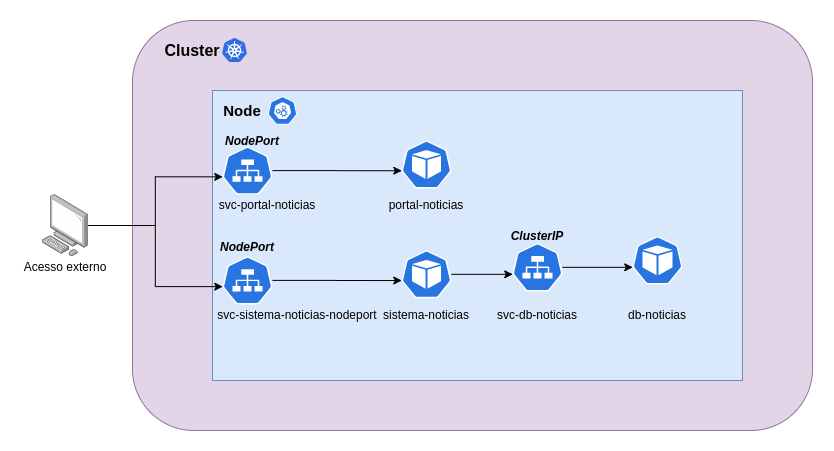
This is News_project_architecture.png from jonathanmdr/kubernetes, a draw.io export, as it was before one commit. Source tidied: cells renumbered, new cells last; positions are measured from the earlier drawing's top-left corner, leaving out a move shared by most shapes.
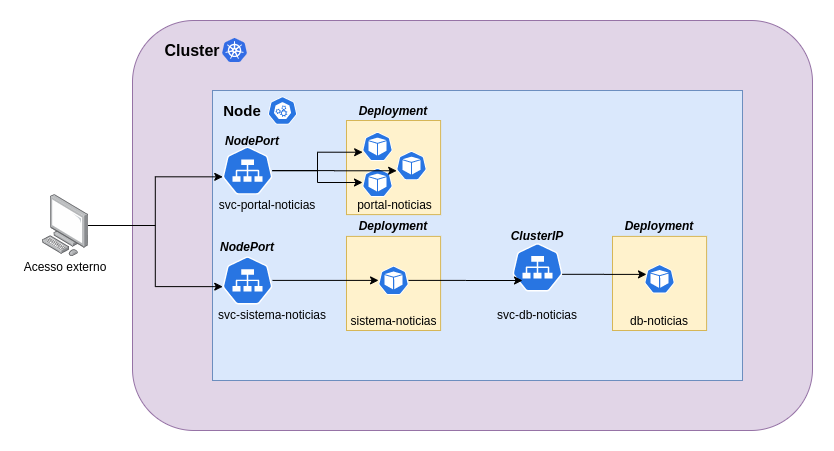
After the commit.

Commit message:
Atualizando a imagem da arquitetura

Change to the diagram source:
```diff
@@ -23,23 +23,17 @@
     <mxCell id="8" style="html=1;dashed=0;whitespace=wrap;fillColor=#2875E2;strokeColor=#ffffff;shape=mxgraph.kubernetes.icon;prIcon=master;" parent="1" vertex="1">
       <mxGeometry x="242" y="76" width="40" height="28" as="geometry" />
     </mxCell>
-    <mxCell id="9" style="edgeStyle=orthogonalEdgeStyle;rounded=0;jettySize=auto;html=1;entryX=0.005;entryY=0.63;entryDx=0;entryDy=0;entryPerimeter=0;" parent="1" edge="1" source="10" target="20">
-      <mxGeometry relative="1" as="geometry" />
-    </mxCell>
     <mxCell id="10" style="html=1;dashed=0;whitespace=wrap;fillColor=#2875E2;strokeColor=#ffffff;points=[[0.005,0.63,0],[0.1,0.2,0],[0.9,0.2,0],[0.5,0,0],[0.995,0.63,0],[0.72,0.99,0],[0.5,1,0],[0.28,0.99,0]];shape=mxgraph.kubernetes.icon;prIcon=svc;" parent="1" vertex="1">
       <mxGeometry x="202" y="126.1" width="50" height="48" as="geometry" />
     </mxCell>
     <mxCell id="11" value="svc-portal-noticias" style="text;html=1;strokeColor=none;fillColor=none;align=center;verticalAlign=middle;whiteSpace=wrap;rounded=0;" parent="1" vertex="1">
       <mxGeometry x="192" y="174.1" width="110" height="20" as="geometry" />
     </mxCell>
-    <mxCell id="12" style="edgeStyle=orthogonalEdgeStyle;rounded=0;jettySize=auto;html=1;entryX=0.005;entryY=0.63;entryDx=0;entryDy=0;entryPerimeter=0;" parent="1" edge="1" source="13" target="23">
-      <mxGeometry relative="1" as="geometry" />
-    </mxCell>
     <mxCell id="13" style="html=1;dashed=0;whitespace=wrap;fillColor=#2875E2;strokeColor=#ffffff;points=[[0.005,0.63,0],[0.1,0.2,0],[0.9,0.2,0],[0.5,0,0],[0.995,0.63,0],[0.72,0.99,0],[0.5,1,0],[0.28,0.99,0]];shape=mxgraph.kubernetes.icon;prIcon=svc;" parent="1" vertex="1">
       <mxGeometry x="202" y="235.9" width="50" height="48" as="geometry" />
     </mxCell>
-    <mxCell id="14" value="svc-sistema-noticias-nodeport" style="text;html=1;strokeColor=none;fillColor=none;align=center;verticalAlign=middle;whiteSpace=wrap;rounded=0;" parent="1" vertex="1">
-      <mxGeometry x="192" y="283.9" width="170" height="20" as="geometry" />
+    <mxCell id="14" value="svc-sistema-noticias" style="text;html=1;strokeColor=none;fillColor=none;align=center;verticalAlign=middle;whiteSpace=wrap;rounded=0;" parent="1" vertex="1">
+      <mxGeometry x="192" y="283.9" width="120" height="20" as="geometry" />
     </mxCell>
     <mxCell id="15" style="edgeStyle=orthogonalEdgeStyle;rounded=0;jettySize=auto;html=1;entryX=0.005;entryY=0.63;entryDx=0;entryDy=0;entryPerimeter=0;" parent="1" edge="1" source="3" target="10">
       <mxGeometry relative="1" as="geometry" />
@@ -56,21 +50,6 @@
     <mxCell id="19" value="&lt;b&gt;&lt;i&gt;NodePort&lt;/i&gt;&lt;/b&gt;" style="text;html=1;strokeColor=none;fillColor=none;align=center;verticalAlign=middle;whiteSpace=wrap;rounded=0;" parent="1" vertex="1">
       <mxGeometry x="207" y="215.9" width="40" height="20" as="geometry" />
     </mxCell>
-    <mxCell id="20" style="html=1;dashed=0;whitespace=wrap;fillColor=#2875E2;strokeColor=#ffffff;points=[[0.005,0.63,0],[0.1,0.2,0],[0.9,0.2,0],[0.5,0,0],[0.995,0.63,0],[0.72,0.99,0],[0.5,1,0],[0.28,0.99,0]];shape=mxgraph.kubernetes.icon;prIcon=pod;" parent="1" vertex="1">
-      <mxGeometry x="381" y="120" width="50" height="48" as="geometry" />
-    </mxCell>
-    <mxCell id="21" value="portal-noticias" style="text;html=1;strokeColor=none;fillColor=none;align=center;verticalAlign=middle;whiteSpace=wrap;rounded=0;" parent="1" vertex="1">
-      <mxGeometry x="351" y="174.1" width="110" height="20" as="geometry" />
-    </mxCell>
-    <mxCell id="22" style="edgeStyle=orthogonalEdgeStyle;rounded=0;jettySize=auto;html=1;entryX=0.005;entryY=0.63;entryDx=0;entryDy=0;entryPerimeter=0;" parent="1" edge="1" source="23" target="25">
-      <mxGeometry relative="1" as="geometry" />
-    </mxCell>
-    <mxCell id="23" style="html=1;dashed=0;whitespace=wrap;fillColor=#2875E2;strokeColor=#ffffff;points=[[0.005,0.63,0],[0.1,0.2,0],[0.9,0.2,0],[0.5,0,0],[0.995,0.63,0],[0.72,0.99,0],[0.5,1,0],[0.28,0.99,0]];shape=mxgraph.kubernetes.icon;prIcon=pod;" parent="1" vertex="1">
-      <mxGeometry x="381" y="229.8" width="50" height="48" as="geometry" />
-    </mxCell>
-    <mxCell id="24" style="edgeStyle=orthogonalEdgeStyle;jettySize=auto;html=1;entryX=0.005;entryY=0.63;entryDx=0;entryDy=0;entryPerimeter=0;rounded=0;" parent="1" edge="1" source="25" target="28">
-      <mxGeometry relative="1" as="geometry" />
-    </mxCell>
     <mxCell id="25" style="html=1;dashed=0;whitespace=wrap;fillColor=#2875E2;strokeColor=#ffffff;points=[[0.005,0.63,0],[0.1,0.2,0],[0.9,0.2,0],[0.5,0,0],[0.995,0.63,0],[0.72,0.99,0],[0.5,1,0],[0.28,0.99,0]];shape=mxgraph.kubernetes.icon;prIcon=svc;" parent="1" vertex="1">
       <mxGeometry x="492" y="219.8" width="50" height="54" as="geometry" />
     </mxCell>
@@ -80,14 +59,67 @@
     <mxCell id="27" value="&lt;b&gt;&lt;i&gt;ClusterIP&lt;/i&gt;&lt;/b&gt;" style="text;html=1;strokeColor=none;fillColor=none;align=center;verticalAlign=middle;whiteSpace=wrap;rounded=0;" parent="1" vertex="1">
       <mxGeometry x="497" y="205" width="40" height="20" as="geometry" />
     </mxCell>
-    <mxCell id="28" style="html=1;dashed=0;whitespace=wrap;fillColor=#2875E2;strokeColor=#ffffff;points=[[0.005,0.63,0],[0.1,0.2,0],[0.9,0.2,0],[0.5,0,0],[0.995,0.63,0],[0.72,0.99,0],[0.5,1,0],[0.28,0.99,0]];shape=mxgraph.kubernetes.icon;prIcon=pod;" parent="1" vertex="1">
-      <mxGeometry x="612" y="212.8" width="50" height="54" as="geometry" />
-    </mxCell>
+    <mxCell id="31" style="whiteSpace=wrap;html=1;fillColor=#fff2cc;strokeColor=#d6b656;" parent="1" vertex="1">
+      <mxGeometry x="326" y="100" width="94.1" height="94.1" as="geometry" />
+    </mxCell>
+    <mxCell id="20" style="html=1;dashed=0;whitespace=wrap;fillColor=#2875E2;strokeColor=#ffffff;points=[[0.005,0.63,0],[0.1,0.2,0],[0.9,0.2,0],[0.5,0,0],[0.995,0.63,0],[0.72,0.99,0],[0.5,1,0],[0.28,0.99,0]];shape=mxgraph.kubernetes.icon;prIcon=pod;" parent="1" vertex="1">
+      <mxGeometry x="342" y="104" width="30" height="44" as="geometry" />
+    </mxCell>
+    <mxCell id="32" style="html=1;dashed=0;whitespace=wrap;fillColor=#2875E2;strokeColor=#ffffff;points=[[0.005,0.63,0],[0.1,0.2,0],[0.9,0.2,0],[0.5,0,0],[0.995,0.63,0],[0.72,0.99,0],[0.5,1,0],[0.28,0.99,0]];shape=mxgraph.kubernetes.icon;prIcon=pod;" parent="1" vertex="1">
+      <mxGeometry x="342" y="140" width="30" height="44" as="geometry" />
+    </mxCell>
+    <mxCell id="33" style="html=1;dashed=0;whitespace=wrap;fillColor=#2875E2;strokeColor=#ffffff;points=[[0.005,0.63,0],[0.1,0.2,0],[0.9,0.2,0],[0.5,0,0],[0.995,0.63,0],[0.72,0.99,0],[0.5,1,0],[0.28,0.99,0]];shape=mxgraph.kubernetes.icon;prIcon=pod;" parent="1" vertex="1">
+      <mxGeometry x="376" y="125.1" width="30" height="40" as="geometry" />
+    </mxCell>
+    <mxCell id="34" value="&lt;b&gt;&lt;i&gt;Deployment&lt;/i&gt;&lt;/b&gt;" style="text;html=1;strokeColor=none;fillColor=none;align=center;verticalAlign=middle;whiteSpace=wrap;rounded=0;" parent="1" vertex="1">
+      <mxGeometry x="353.1" y="80" width="40" height="20" as="geometry" />
+    </mxCell>
+    <mxCell id="35" style="edgeStyle=orthogonalEdgeStyle;rounded=0;jettySize=auto;html=1;" parent="1" edge="1" source="10" target="32">
+      <mxGeometry relative="1" as="geometry" />
+    </mxCell>
+    <mxCell id="9" style="edgeStyle=orthogonalEdgeStyle;rounded=0;jettySize=auto;html=1;entryX=0.005;entryY=0.63;entryDx=0;entryDy=0;entryPerimeter=0;" parent="1" edge="1" source="10" target="20">
+      <mxGeometry relative="1" as="geometry" />
+    </mxCell>
+    <mxCell id="36" style="edgeStyle=orthogonalEdgeStyle;rounded=0;jettySize=auto;html=1;entryX=0.005;entryY=0.63;entryDx=0;entryDy=0;entryPerimeter=0;" parent="1" edge="1" source="10" target="33">
+      <mxGeometry relative="1" as="geometry" />
+    </mxCell>
+    <mxCell id="21" value="portal-noticias" style="text;html=1;strokeColor=none;fillColor=none;align=center;verticalAlign=middle;whiteSpace=wrap;rounded=0;" parent="1" vertex="1">
+      <mxGeometry x="329.1" y="174.1" width="91" height="20" as="geometry" />
+    </mxCell>
+    <mxCell id="37" style="whiteSpace=wrap;html=1;fillColor=#fff2cc;strokeColor=#d6b656;" parent="1" vertex="1">
+      <mxGeometry x="326" y="215.9" width="94.1" height="94.1" as="geometry" />
+    </mxCell>
+    <mxCell id="30" value="sistema-noticias" style="text;html=1;strokeColor=none;fillColor=none;align=center;verticalAlign=middle;whiteSpace=wrap;rounded=0;" parent="1" vertex="1">
+      <mxGeometry x="327.5" y="290" width="91" height="20" as="geometry" />
+    </mxCell>
+    <mxCell id="38" style="edgeStyle=orthogonalEdgeStyle;rounded=0;jettySize=auto;html=1;" parent="1" edge="1" source="39">
+      <mxGeometry relative="1" as="geometry">
+        <mxPoint x="502" y="260" as="targetPoint" />
+      </mxGeometry>
+    </mxCell>
+    <mxCell id="39" style="html=1;dashed=0;whitespace=wrap;fillColor=#2875E2;strokeColor=#ffffff;points=[[0.005,0.63,0],[0.1,0.2,0],[0.9,0.2,0],[0.5,0,0],[0.995,0.63,0],[0.72,0.99,0],[0.5,1,0],[0.28,0.99,0]];shape=mxgraph.kubernetes.icon;prIcon=pod;" parent="1" vertex="1">
+      <mxGeometry x="358.1" y="239.9" width="30" height="40" as="geometry" />
+    </mxCell>
+    <mxCell id="40" style="edgeStyle=orthogonalEdgeStyle;rounded=0;jettySize=auto;html=1;" parent="1" edge="1" source="13" target="39">
+      <mxGeometry relative="1" as="geometry" />
+    </mxCell>
+    <mxCell id="41" value="&lt;b&gt;&lt;i&gt;Deployment&lt;/i&gt;&lt;/b&gt;" style="text;html=1;strokeColor=none;fillColor=none;align=center;verticalAlign=middle;whiteSpace=wrap;rounded=0;" parent="1" vertex="1">
+      <mxGeometry x="353" y="195" width="40" height="20" as="geometry" />
+    </mxCell>
+    <mxCell id="42" style="whiteSpace=wrap;html=1;fillColor=#fff2cc;strokeColor=#d6b656;" parent="1" vertex="1">
+      <mxGeometry x="592" y="215.9" width="94.1" height="94.1" as="geometry" />
+    </mxCell>
+    <mxCell id="43" style="html=1;dashed=0;whitespace=wrap;fillColor=#2875E2;strokeColor=#ffffff;points=[[0.005,0.63,0],[0.1,0.2,0],[0.9,0.2,0],[0.5,0,0],[0.995,0.63,0],[0.72,0.99,0],[0.5,1,0],[0.28,0.99,0]];shape=mxgraph.kubernetes.icon;prIcon=pod;" parent="1" vertex="1">
+      <mxGeometry x="624" y="239.9" width="30" height="37" as="geometry" />
+    </mxCell>
+    <mxCell id="44" value="&lt;b&gt;&lt;i&gt;Deployment&lt;/i&gt;&lt;/b&gt;" style="text;html=1;strokeColor=none;fillColor=none;align=center;verticalAlign=middle;whiteSpace=wrap;rounded=0;" parent="1" vertex="1">
+      <mxGeometry x="619" y="195" width="40" height="20" as="geometry" />
+    </mxCell>
     <mxCell id="29" value="db-noticias" style="text;html=1;strokeColor=none;fillColor=none;align=center;verticalAlign=middle;whiteSpace=wrap;rounded=0;" parent="1" vertex="1">
-      <mxGeometry x="602" y="283.9" width="70" height="20" as="geometry" />
+      <mxGeometry x="604" y="290" width="70" height="20" as="geometry" />
     </mxCell>
-    <mxCell id="30" value="sistema-noticias" style="text;html=1;strokeColor=none;fillColor=none;align=center;verticalAlign=middle;whiteSpace=wrap;rounded=0;" parent="1" vertex="1">
-      <mxGeometry x="351" y="283.9" width="110" height="20" as="geometry" />
-    </mxCell>
+    <mxCell id="45" style="edgeStyle=orthogonalEdgeStyle;rounded=0;jettySize=auto;html=1;entryX=0.065;entryY=0.378;entryDx=0;entryDy=0;entryPerimeter=0;exitX=0.995;exitY=0.63;exitDx=0;exitDy=0;exitPerimeter=0;" parent="1" edge="1" source="25" target="43">
+      <mxGeometry relative="1" as="geometry" />
+    </mxCell>
   </root>
 </mxGraphModel>
```
